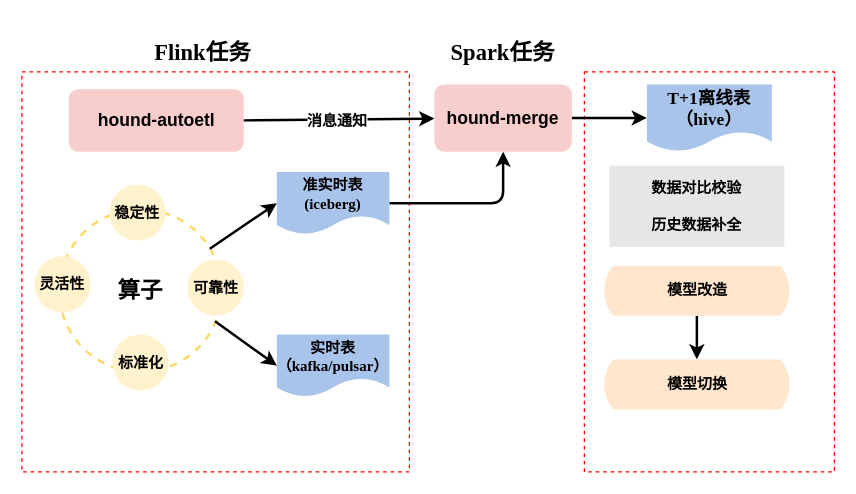
Above: 算子设计.drawio in mineminemine123/work-wiki (draw.io), before the change. Source tidied: cells renumbered, new cells numbered last; positions are measured from the earlier drawing's top-left corner, leaving out a move shared by most shapes. Both pictures are drawn from the tidied source at 125%, with x=0, y=0 at pixel (21, 34).
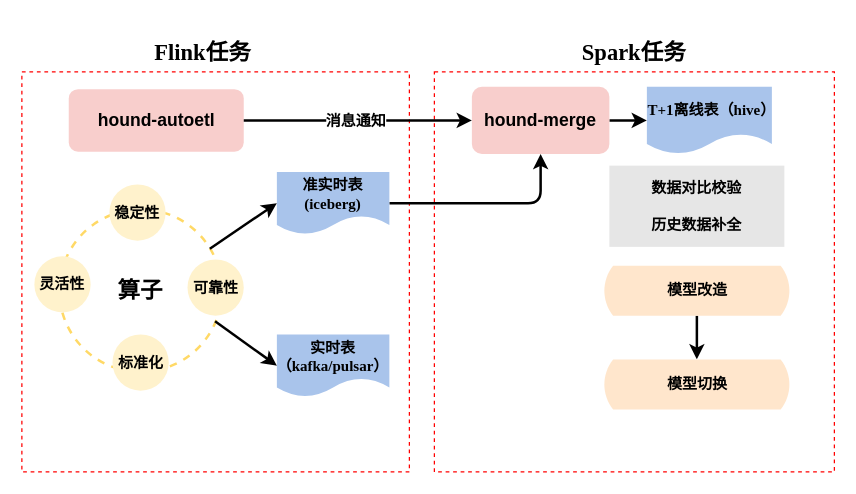
After the change.

Commit message:
更新算子设计.drawio

The edit, as a diff of the source:
```diff
@@
     <mxCell id="4" style="rounded=0;whiteSpace=wrap;html=1;sketch=0;fontFamily=Times New Roman;fontSize=12;dashed=1;strokeColor=#FF0000;" parent="1" vertex="1">
-      <mxGeometry x="450" y="30" width="200" height="320" as="geometry" />
+      <mxGeometry x="330" y="30" width="320" height="320" as="geometry" />
     </mxCell>
@@
     <mxCell id="7" value="&lt;h3&gt;hound-merge&lt;/h3&gt;" style="rounded=1;whiteSpace=wrap;html=1;fillColor=#f8cecc;strokeColor=none;" parent="1" vertex="1">
-      <mxGeometry x="330" y="40" width="110" height="53.8" as="geometry" />
+      <mxGeometry x="360" y="41.9" width="110" height="53.8" as="geometry" />
     </mxCell>
@@
     <mxCell id="11" value="&lt;h2&gt;Spark任务&lt;/h2&gt;" style="text;html=1;strokeColor=none;fillColor=none;align=center;verticalAlign=middle;whiteSpace=wrap;rounded=0;sketch=0;fontFamily=Times New Roman;" parent="1" vertex="1">
-      <mxGeometry x="340" width="90" height="30" as="geometry" />
+      <mxGeometry x="445" width="90" height="30" as="geometry" />
     </mxCell>
@@
-    <mxCell id="13" value="&lt;h3&gt;T+1离线表（hive）&lt;/h3&gt;" style="shape=document;whiteSpace=wrap;html=1;boundedLbl=1;sketch=0;fontFamily=Times New Roman;fontSize=12;strokeColor=none;fillColor=#A9C4EB;" parent="1" vertex="1">
-      <mxGeometry x="500" y="40" width="100" height="53.8" as="geometry" />
+    <mxCell id="13" value="&lt;h4&gt;T+1离线表（hive）&lt;/h4&gt;" style="shape=document;whiteSpace=wrap;html=1;boundedLbl=1;sketch=0;fontFamily=Times New Roman;fontSize=12;strokeColor=none;fillColor=#A9C4EB;" parent="1" vertex="1">
+      <mxGeometry x="500" y="41.9" width="100" height="53.8" as="geometry" />
     </mxCell>
```
